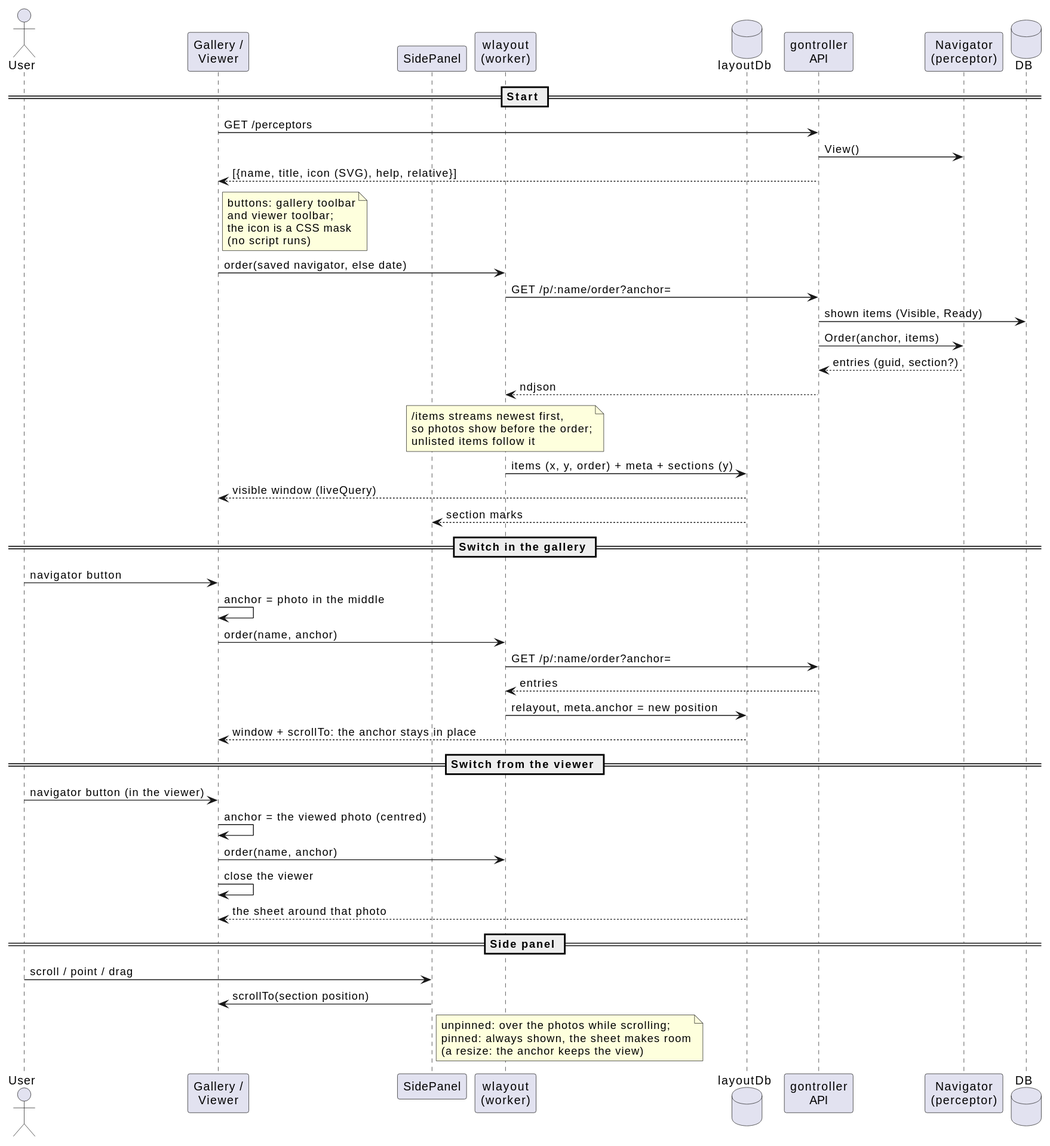
This is _sb/diagrams/Perceptors navigation.svg from eggs-gd/Perceptrail, a PlantUML export, as it was before one commit. The source it was exported from:
```plantuml
@startuml

actor User
participant "Gallery /\nViewer" as Page
participant "SidePanel" as Panel
participant "wlayout\n(worker)" as Layout
database "layoutDb" as LDB
participant "gontroller\nAPI" as API
participant "Navigator\n(perceptor)" as Nav
database "DB" as DB

== Start ==
Page -> API: GET /perceptors
API -> Nav: View()
API --> Page: [{name, title, icon (SVG), help, relative}]
note right of Page: buttons: gallery toolbar\nand viewer toolbar;\nthe icon is a CSS mask\n(no script runs)
Page -> Layout: order(saved navigator, else date)
Layout -> API: GET /p/:name/order?anchor=
API -> DB: shown items (Visible, Ready)
API -> Nav: Order(anchor, items)
Nav --> API: entries (guid, section?)
API --> Layout: ndjson
note over Layout: /items streams newest first,\nso photos show before the order;\nunlisted items follow it
Layout -> LDB: items (x, y, order) + meta + sections (y)
LDB --> Page: visible window (liveQuery)
LDB --> Panel: section marks

== Switch in the gallery ==
User -> Page: navigator button
Page -> Page: anchor = photo in the middle
Page -> Layout: order(name, anchor)
Layout -> API: GET /p/:name/order?anchor=
API --> Layout: entries
Layout -> LDB: relayout, meta.anchor = new position
LDB --> Page: window + scrollTo: the anchor stays in place

== Switch from the viewer ==
User -> Page: navigator button (in the viewer)
Page -> Page: anchor = the viewed photo (centred)
Page -> Layout: order(name, anchor)
Page -> Page: close the viewer
LDB --> Page: the sheet around that photo

== Side panel ==
User -> Panel: scroll / point / drag
Panel -> Page: scrollTo(section position)
note right of Panel: unpinned: over the photos while scrolling;\npinned: always shown, the sheet makes room\n(a resize: the anchor keeps the view)
@enduml
```
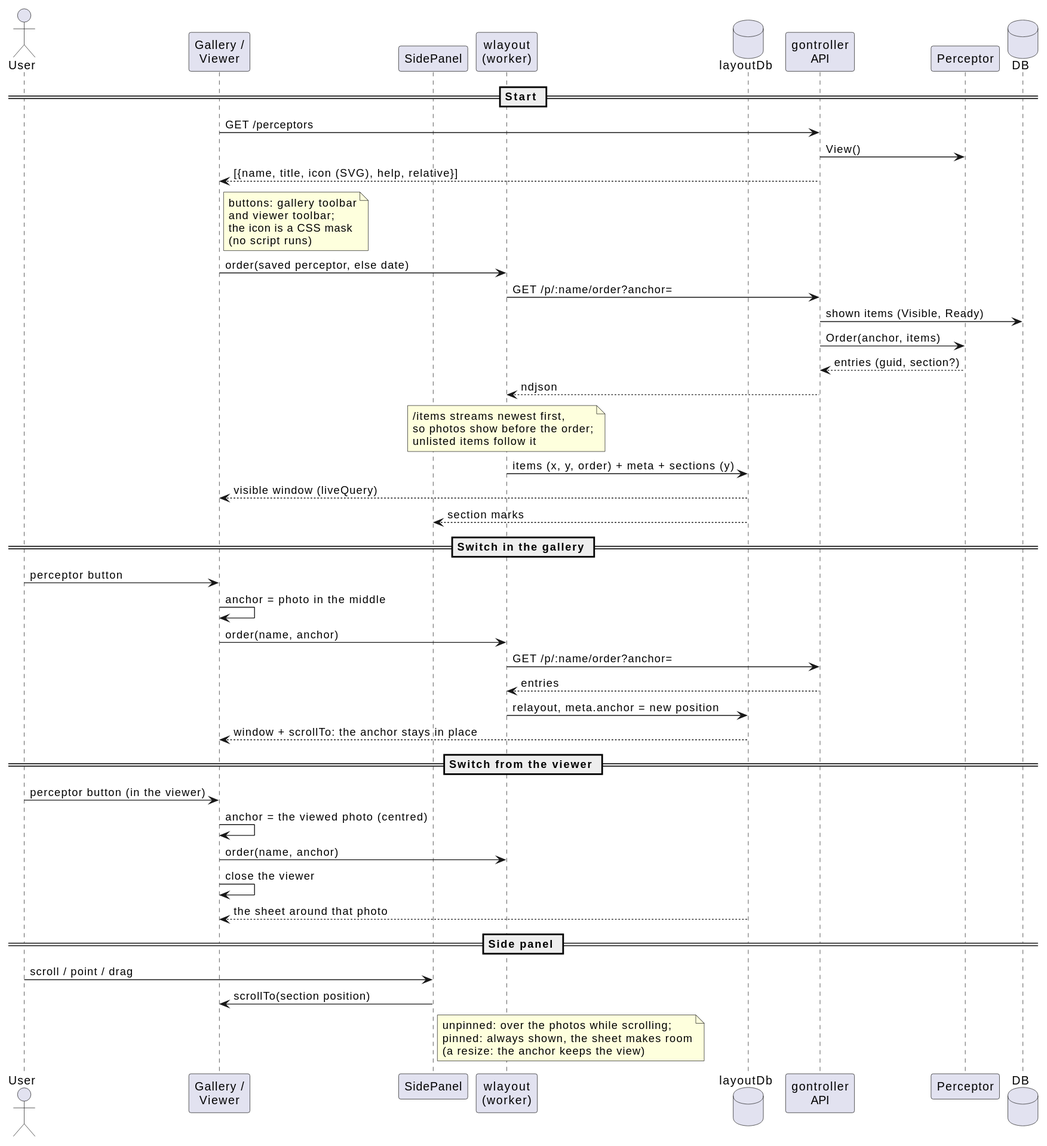
The same diagram one commit later.

Change to the diagram source:
```diff
@@ -6,7 +6,7 @@
 participant "wlayout\n(worker)" as Layout
 database "layoutDb" as LDB
 participant "gontroller\nAPI" as API
-participant "Navigator\n(perceptor)" as Nav
+participant "Perceptor" as Nav
 database "DB" as DB
 
 == Start ==
@@ -14,7 +14,7 @@
 API -> Nav: View()
 API --> Page: [{name, title, icon (SVG), help, relative}]
 note right of Page: buttons: gallery toolbar\nand viewer toolbar;\nthe icon is a CSS mask\n(no script runs)
-Page -> Layout: order(saved navigator, else date)
+Page -> Layout: order(saved perceptor, else date)
 Layout -> API: GET /p/:name/order?anchor=
 API -> DB: shown items (Visible, Ready)
 API -> Nav: Order(anchor, items)
@@ -26,7 +26,7 @@
 LDB --> Panel: section marks
 
 == Switch in the gallery ==
-User -> Page: navigator button
+User -> Page: perceptor button
 Page -> Page: anchor = photo in the middle
 Page -> Layout: order(name, anchor)
 Layout -> API: GET /p/:name/order?anchor=
@@ -35,7 +35,7 @@
 LDB --> Page: window + scrollTo: the anchor stays in place
 
 == Switch from the viewer ==
-User -> Page: navigator button (in the viewer)
+User -> Page: perceptor button (in the viewer)
 Page -> Page: anchor = the viewed photo (centred)
 Page -> Layout: order(name, anchor)
 Page -> Page: close the viewer
```
